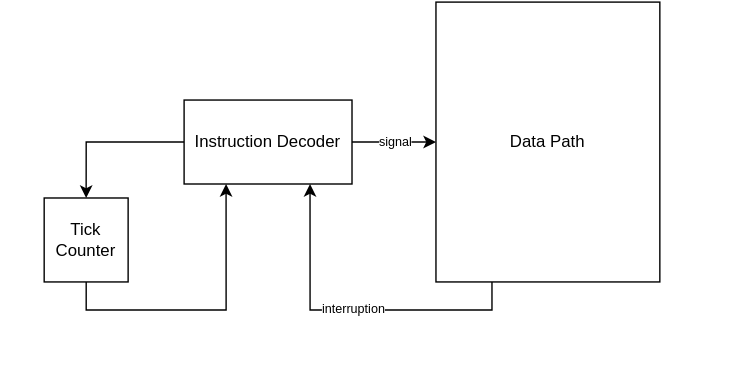
Earlier version of the draw.io export schemes/control_unit.drawio.svg (glebmavi/csa_lab3). Source tidied: cells renumbered, new cells last; positions are measured from the earlier drawing's top-left corner, leaving out a move shared by most shapes.
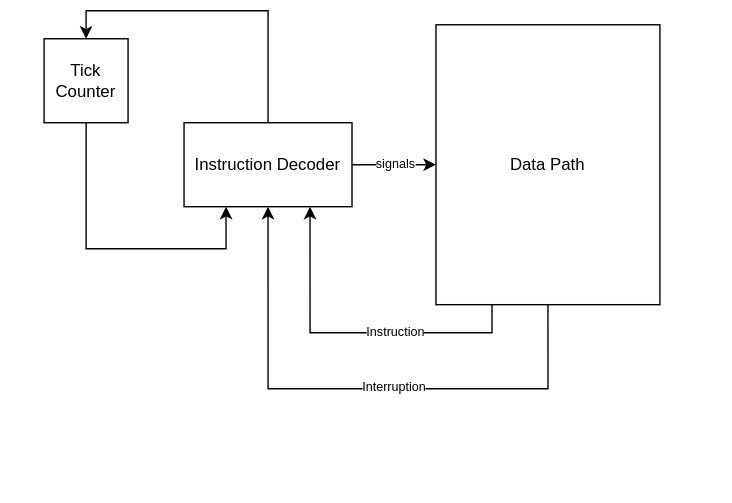
After the change.

The edit, as a diff of the source:
```diff
@@ -10,9 +10,9 @@
         </Array>
       </mxGeometry>
     </mxCell>
-    <mxCell id="3" value="&lt;font style=&quot;font-size: 9px;&quot;&gt;interruption&lt;/font&gt;" style="edgeLabel;html=1;align=center;verticalAlign=middle;fontSize=9;" parent="2" vertex="1">
+    <mxCell id="3" value="&lt;font style=&quot;font-size: 9px;&quot;&gt;Instruction&lt;/font&gt;" style="edgeLabel;html=1;align=center;verticalAlign=middle;fontSize=9;" parent="2" vertex="1">
       <mxGeometry x="-0.24" relative="1" as="geometry">
-        <mxPoint x="-28" as="offset" />
+        <mxPoint x="2" as="offset" />
       </mxGeometry>
     </mxCell>
     <mxCell id="4" value="Data Path" style="rounded=0;whiteSpace=wrap;html=1;" parent="1" vertex="1">
@@ -21,14 +21,15 @@
     <mxCell id="5" style="edgeStyle=orthogonalEdgeStyle;rounded=0;jettySize=auto;html=1;entryX=0.5;entryY=0;entryDx=0;entryDy=0;" parent="1" edge="1" source="8" target="10">
       <mxGeometry relative="1" as="geometry">
         <Array as="points">
-          <mxPoint x="60" y="100" />
+          <mxPoint x="190" y="-10" />
+          <mxPoint x="60" y="-10" />
         </Array>
       </mxGeometry>
     </mxCell>
     <mxCell id="6" style="edgeStyle=orthogonalEdgeStyle;rounded=0;jettySize=auto;html=1;entryX=0;entryY=0.5;entryDx=0;entryDy=0;" parent="1" edge="1" source="8" target="4">
       <mxGeometry relative="1" as="geometry" />
     </mxCell>
-    <mxCell id="7" value="&lt;font style=&quot;font-size: 9px;&quot;&gt;signal&lt;/font&gt;" style="edgeLabel;html=1;align=center;verticalAlign=middle;fontSize=9;" parent="6" vertex="1">
+    <mxCell id="7" value="&lt;font style=&quot;font-size: 9px;&quot;&gt;signals&lt;/font&gt;" style="edgeLabel;html=1;align=center;verticalAlign=middle;fontSize=9;" parent="6" vertex="1">
       <mxGeometry x="-0.26" relative="1" as="geometry">
         <mxPoint x="8" as="offset" />
       </mxGeometry>
@@ -39,20 +40,20 @@
     <mxCell id="9" style="edgeStyle=orthogonalEdgeStyle;rounded=0;jettySize=auto;html=1;entryX=0.25;entryY=1;entryDx=0;entryDy=0;" parent="1" edge="1" source="10" target="8">
       <mxGeometry relative="1" as="geometry">
         <Array as="points">
-          <mxPoint x="60" y="220" />
-          <mxPoint x="160" y="220" />
+          <mxPoint x="60" y="160" />
+          <mxPoint x="160" y="160" />
         </Array>
       </mxGeometry>
     </mxCell>
     <mxCell id="10" value="Tick&lt;div&gt;Сounter&lt;/div&gt;" style="whiteSpace=wrap;html=1;" parent="1" vertex="1">
-      <mxGeometry x="30" y="140" width="60" height="60" as="geometry" />
+      <mxGeometry x="30" y="10" width="60" height="60" as="geometry" />
     </mxCell>
     <mxCell id="11" style="endArrow=none;dashed=1;html=1;dashPattern=1 3;strokeWidth=2;rounded=0;" parent="1" edge="1">
       <mxGeometry relative="1" as="geometry">
-        <mxPoint y="260" as="sourcePoint" />
-        <mxPoint y="260" as="targetPoint" />
+        <mxPoint y="339" as="sourcePoint" />
+        <mxPoint y="339" as="targetPoint" />
         <Array as="points">
-          <mxPoint y="260" />
+          <mxPoint y="339" />
         </Array>
       </mxGeometry>
     </mxCell>
@@ -65,5 +66,18 @@
         </Array>
       </mxGeometry>
     </mxCell>
+    <mxCell id="13" style="edgeStyle=orthogonalEdgeStyle;rounded=0;jettySize=auto;html=1;entryX=0.5;entryY=1;entryDx=0;entryDy=0;exitX=0.5;exitY=1;exitDx=0;exitDy=0;" parent="1" edge="1" source="4" target="8">
+      <mxGeometry relative="1" as="geometry">
+        <Array as="points">
+          <mxPoint x="390" y="260" />
+          <mxPoint x="190" y="260" />
+        </Array>
+      </mxGeometry>
+    </mxCell>
+    <mxCell id="14" value="Interruption" style="edgeLabel;html=1;align=center;verticalAlign=middle;fontSize=9;" parent="13" vertex="1">
+      <mxGeometry x="0.23" y="-1" relative="1" as="geometry">
+        <mxPoint x="70" as="offset" />
+      </mxGeometry>
+    </mxCell>
   </root>
 </mxGraphModel>
```
